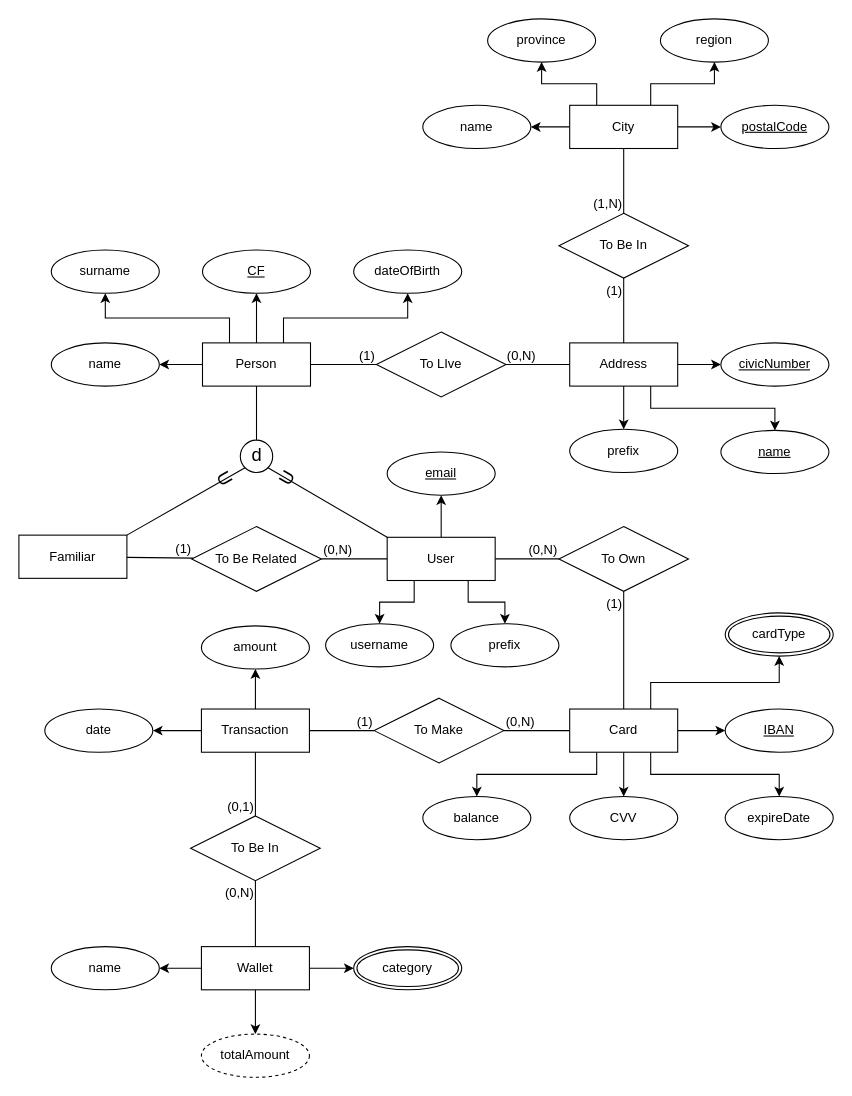
The draw.io diagram Database/Documentation/ERdiagram.drawio in Franwik/SavingMoneyUnina, before the edit. Source tidied: cells renumbered, new cells numbered last; positions are measured from the earlier drawing's top-left corner, leaving out a move shared by most shapes. Both pictures are drawn from the tidied source at 108%, with x=0, y=0 at pixel (18, 18).
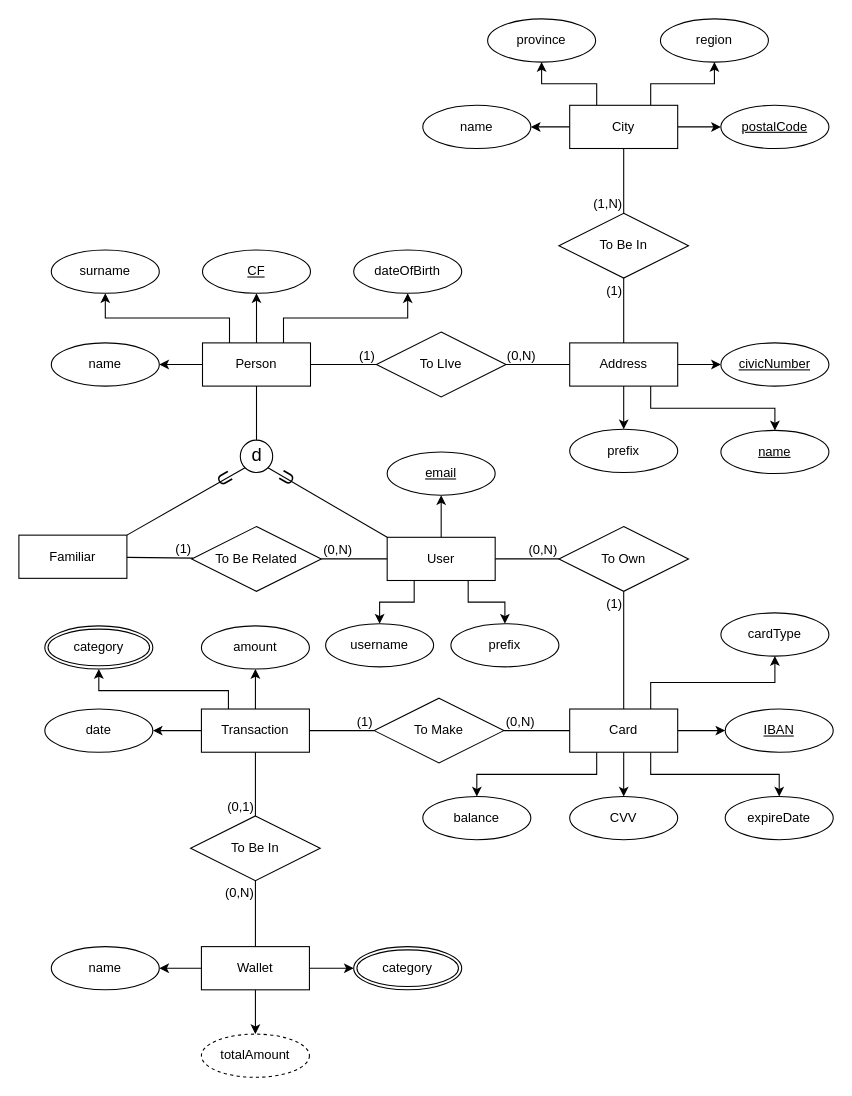
The same diagram, later.

Commit message (it also covers changes not shown here):
feat[DB] Added Restructured UML

The change refers to these unchanged cells:
```xml
<mxCell id="8" value="Transaction" style="whiteSpace=wrap;html=1;align=center;" parent="1" vertex="1">
  <mxGeometry x="169" y="639" width="100" height="40" as="geometry" />
</mxCell>
```

Diff of the diagram source:
```diff
@@
+    <mxCell id="95" style="edgeStyle=orthogonalEdgeStyle;rounded=0;jettySize=auto;html=1;exitX=0.25;exitY=0;exitDx=0;exitDy=0;" parent="1" edge="1" source="8" target="96">
+      <mxGeometry relative="1" as="geometry">
+        <Array as="points">
+          <mxPoint x="194" y="622" />
+          <mxPoint x="74" y="622" />
+        </Array>
+      </mxGeometry>
+    </mxCell>
@@
+    <mxCell id="94" value="balance" style="ellipse;whiteSpace=wrap;html=1;align=center;" parent="1" vertex="1">
+      <mxGeometry x="374" y="720" width="100" height="40" as="geometry" />
+    </mxCell>
-    <mxCell id="93" value="cardType" style="ellipse;shape=doubleEllipse;margin=3;whiteSpace=wrap;html=1;align=center;" parent="1" vertex="1">
-      <mxGeometry x="654" y="550" width="100" height="40" as="geometry" />
+    <mxCell id="93" value="cardType" style="ellipse;whiteSpace=wrap;html=1;align=center;" parent="1" vertex="1">
+      <mxGeometry x="650" y="550" width="100" height="40" as="geometry" />
     </mxCell>
-    <mxCell id="94" value="balance" style="ellipse;whiteSpace=wrap;html=1;align=center;" parent="1" vertex="1">
-      <mxGeometry x="374" y="720" width="100" height="40" as="geometry" />
-    </mxCell>
+    <mxCell id="96" value="category" style="ellipse;shape=doubleEllipse;margin=3;whiteSpace=wrap;html=1;align=center;" parent="1" vertex="1">
+      <mxGeometry x="24" y="562" width="100" height="40" as="geometry" />
+    </mxCell>
```
